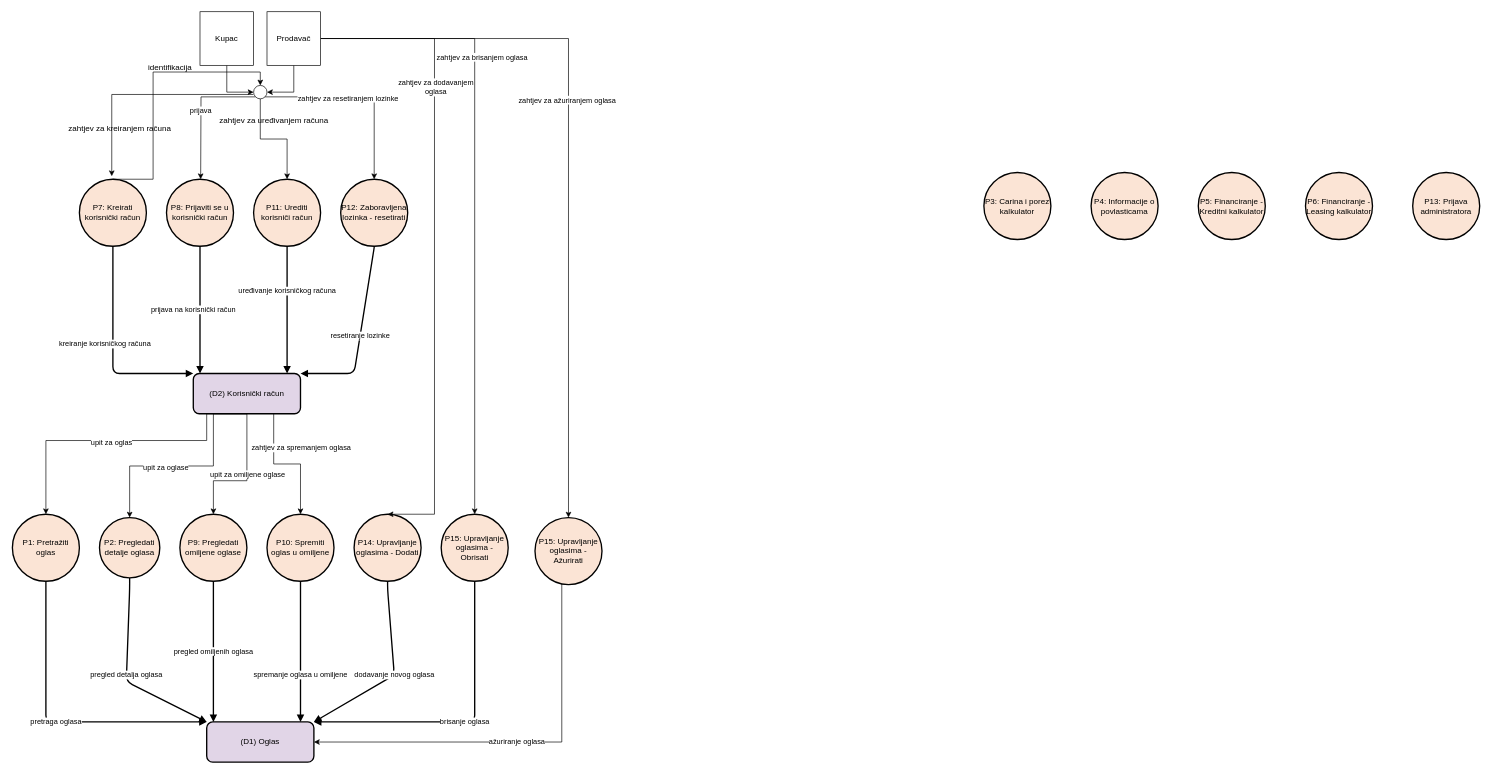
Before: DZ1/dijagrami/dijagram_glavnih_procesa.drawio in tereza-bilic/infsus-auto-trgovina, a draw.io diagram. Source tidied: cells renumbered, new cells numbered last; positions are measured from the earlier drawing's top-left corner, leaving out a move shared by most shapes. Both pictures are drawn from the tidied source at 67%, with x=0, y=0 at pixel (12, 11).
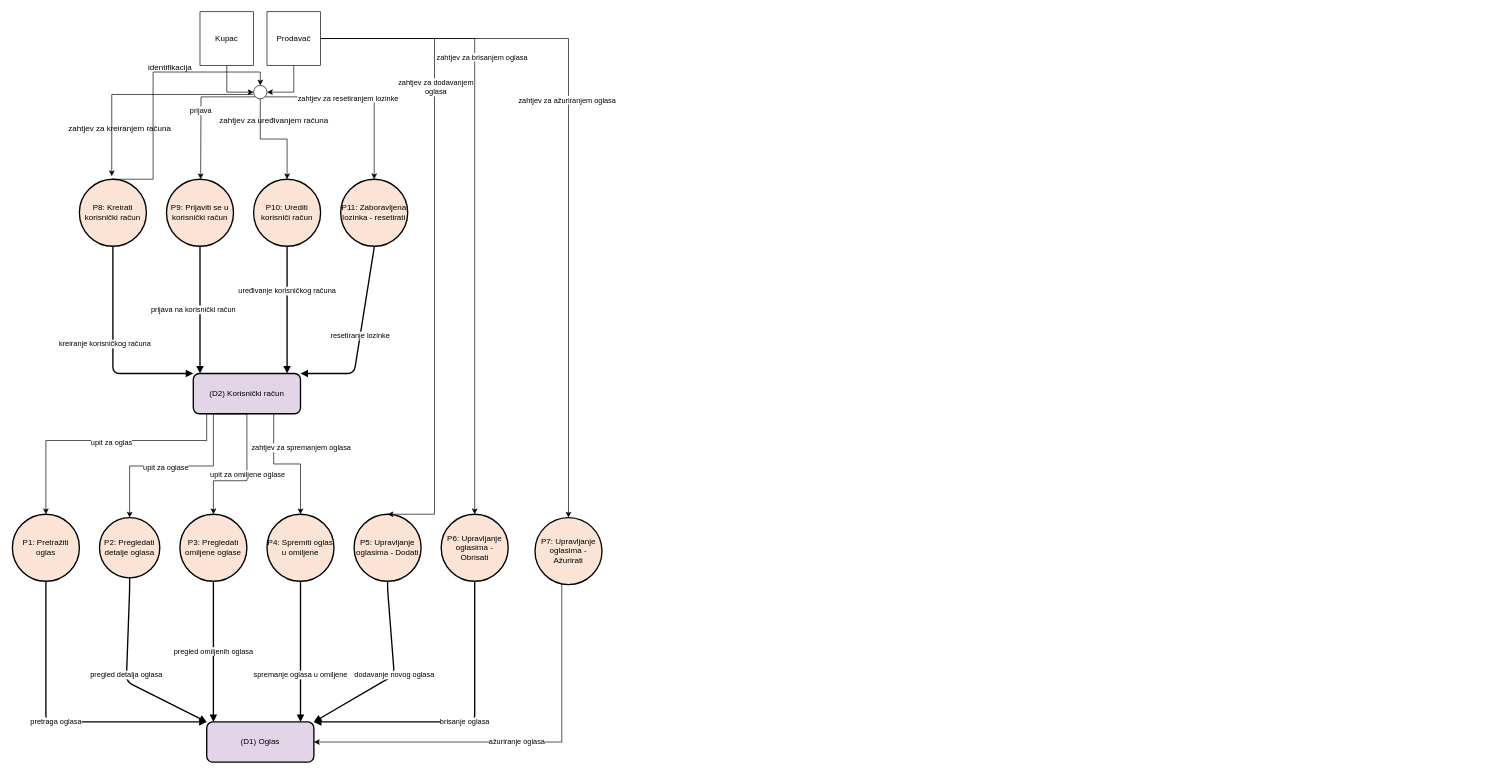
Above is the later version.

Commit message (it also covers changes not shown here):
fix dijagram glavnih procesa

Diff of the diagram source:
```diff
@@
-    <mxCell id="14" value="P3: Carina i porez kalkulator" style="ellipse;whiteSpace=wrap;html=1;strokeWidth=2;fillColor=#fbe4d5;" parent="1" vertex="1">
-      <mxGeometry x="1450" y="240" width="100" height="100" as="geometry" />
-    </mxCell>
-    <mxCell id="15" value="P4: Informacije o povlasticama" style="ellipse;whiteSpace=wrap;html=1;strokeWidth=2;fillColor=#fbe4d5;" parent="1" vertex="1">
-      <mxGeometry x="1610" y="240" width="100" height="100" as="geometry" />
-    </mxCell>
-    <mxCell id="16" value="P5: Financiranje - Kreditni kalkulator" style="ellipse;whiteSpace=wrap;html=1;strokeWidth=2;fillColor=#fbe4d5;" parent="1" vertex="1">
-      <mxGeometry x="1770" y="240" width="100" height="100" as="geometry" />
-    </mxCell>
-    <mxCell id="17" value="P6: Financiranje - Leasing kalkulator" style="ellipse;whiteSpace=wrap;html=1;strokeWidth=2;fillColor=#fbe4d5;" parent="1" vertex="1">
-      <mxGeometry x="1930" y="240" width="100" height="100" as="geometry" />
-    </mxCell>
-    <mxCell id="18" value="P7: Kreirati korisnički račun" style="ellipse;whiteSpace=wrap;html=1;strokeWidth=2;fillColor=#fbe4d5;" parent="1" vertex="1">
+    <mxCell id="18" value="P8: Kreirati korisnički račun" style="ellipse;whiteSpace=wrap;html=1;strokeWidth=2;fillColor=#fbe4d5;" parent="1" vertex="1">
       <mxGeometry x="100" y="250" width="100" height="100" as="geometry" />
     </mxCell>
-    <mxCell id="19" value="P8: Prijaviti se u korisnički račun" style="ellipse;whiteSpace=wrap;html=1;strokeWidth=2;fillColor=#fbe4d5;" parent="1" vertex="1">
+    <mxCell id="19" value="P9: Prijaviti se u korisnički račun" style="ellipse;whiteSpace=wrap;html=1;strokeWidth=2;fillColor=#fbe4d5;" parent="1" vertex="1">
       <mxGeometry x="230" y="250" width="100" height="100" as="geometry" />
     </mxCell>
-    <mxCell id="20" value="P9: Pregledati omiljene oglase" style="ellipse;whiteSpace=wrap;html=1;strokeWidth=2;fillColor=#fbe4d5;" parent="1" vertex="1">
+    <mxCell id="20" value="P3: Pregledati omiljene oglase" style="ellipse;whiteSpace=wrap;html=1;strokeWidth=2;fillColor=#fbe4d5;" parent="1" vertex="1">
       <mxGeometry x="250" y="750" width="100" height="100" as="geometry" />
     </mxCell>
-    <mxCell id="21" value="P10: Spremiti oglas u omiljene" style="ellipse;whiteSpace=wrap;html=1;strokeWidth=2;fillColor=#fbe4d5;" parent="1" vertex="1">
+    <mxCell id="21" value="P4: Spremiti oglas u omiljene" style="ellipse;whiteSpace=wrap;html=1;strokeWidth=2;fillColor=#fbe4d5;" parent="1" vertex="1">
       <mxGeometry x="380" y="750" width="100" height="100" as="geometry" />
     </mxCell>
-    <mxCell id="22" value="P11: Urediti korisniči račun" style="ellipse;whiteSpace=wrap;html=1;strokeWidth=2;fillColor=#fbe4d5;" parent="1" vertex="1">
+    <mxCell id="22" value="P10: Urediti korisniči račun" style="ellipse;whiteSpace=wrap;html=1;strokeWidth=2;fillColor=#fbe4d5;" parent="1" vertex="1">
       <mxGeometry x="360" y="250" width="100" height="100" as="geometry" />
     </mxCell>
-    <mxCell id="23" value="P12: Zaboravljena lozinka - resetirati" style="ellipse;whiteSpace=wrap;html=1;strokeWidth=2;fillColor=#fbe4d5;" parent="1" vertex="1">
+    <mxCell id="23" value="P11: Zaboravljena lozinka - resetirati" style="ellipse;whiteSpace=wrap;html=1;strokeWidth=2;fillColor=#fbe4d5;" parent="1" vertex="1">
       <mxGeometry x="490" y="250" width="100" height="100" as="geometry" />
     </mxCell>
-    <mxCell id="24" value="P13: Prijava administratora" style="ellipse;whiteSpace=wrap;html=1;strokeWidth=2;fillColor=#fbe4d5;" parent="1" vertex="1">
-      <mxGeometry x="2090" y="240" width="100" height="100" as="geometry" />
-    </mxCell>
-    <mxCell id="25" value="P14: Upravljanje oglasima - Dodati" style="ellipse;whiteSpace=wrap;html=1;strokeWidth=2;fillColor=#fbe4d5;" parent="1" vertex="1">
+    <mxCell id="25" value="P5: Upravljanje oglasima - Dodati" style="ellipse;whiteSpace=wrap;html=1;strokeWidth=2;fillColor=#fbe4d5;" parent="1" vertex="1">
       <mxGeometry x="510" y="750" width="100" height="100" as="geometry" />
     </mxCell>
-    <mxCell id="26" value="P15: Upravljanje oglasima - Obrisati" style="ellipse;whiteSpace=wrap;html=1;strokeWidth=2;fillColor=#fbe4d5;" parent="1" vertex="1">
+    <mxCell id="26" value="P6: Upravljanje oglasima - Obrisati" style="ellipse;whiteSpace=wrap;html=1;strokeWidth=2;fillColor=#fbe4d5;" parent="1" vertex="1">
       <mxGeometry x="640" y="750" width="100" height="100" as="geometry" />
     </mxCell>
@@
-    <mxCell id="31" value="proračun carine i poreza" style="edgeStyle=orthogonalEdgeStyle;endArrow=block;html=1;strokeWidth=2;" parent="1" edge="1" source="14">
-      <mxGeometry relative="1" as="geometry" />
-    </mxCell>
-    <mxCell id="32" value="informacije o povlasticama" style="edgeStyle=orthogonalEdgeStyle;endArrow=block;html=1;strokeWidth=2;" parent="1" edge="1" source="15">
-      <mxGeometry relative="1" as="geometry" />
-    </mxCell>
-    <mxCell id="33" value="kreditni kalkulator" style="edgeStyle=orthogonalEdgeStyle;endArrow=block;html=1;strokeWidth=2;" parent="1" edge="1" source="16">
-      <mxGeometry relative="1" as="geometry" />
-    </mxCell>
-    <mxCell id="34" value="leasing kalkulator" style="edgeStyle=orthogonalEdgeStyle;endArrow=block;html=1;strokeWidth=2;" parent="1" edge="1" source="17">
-      <mxGeometry relative="1" as="geometry" />
-    </mxCell>
@@
-    <mxCell id="41" value="prijava administratora" style="edgeStyle=orthogonalEdgeStyle;endArrow=block;html=1;strokeWidth=2;" parent="1" edge="1" source="24">
-      <mxGeometry relative="1" as="geometry" />
-    </mxCell>
@@
-    <mxCell id="63" value="P15: Upravljanje oglasima - Ažurirati" style="ellipse;whiteSpace=wrap;html=1;strokeWidth=2;fillColor=#fbe4d5;" parent="1" vertex="1">
+    <mxCell id="63" value="P7: Upravljanje oglasima - Ažurirati" style="ellipse;whiteSpace=wrap;html=1;strokeWidth=2;fillColor=#fbe4d5;" parent="1" vertex="1">
       <mxGeometry x="780" y="755" width="100" height="100" as="geometry" />
     </mxCell>
```
